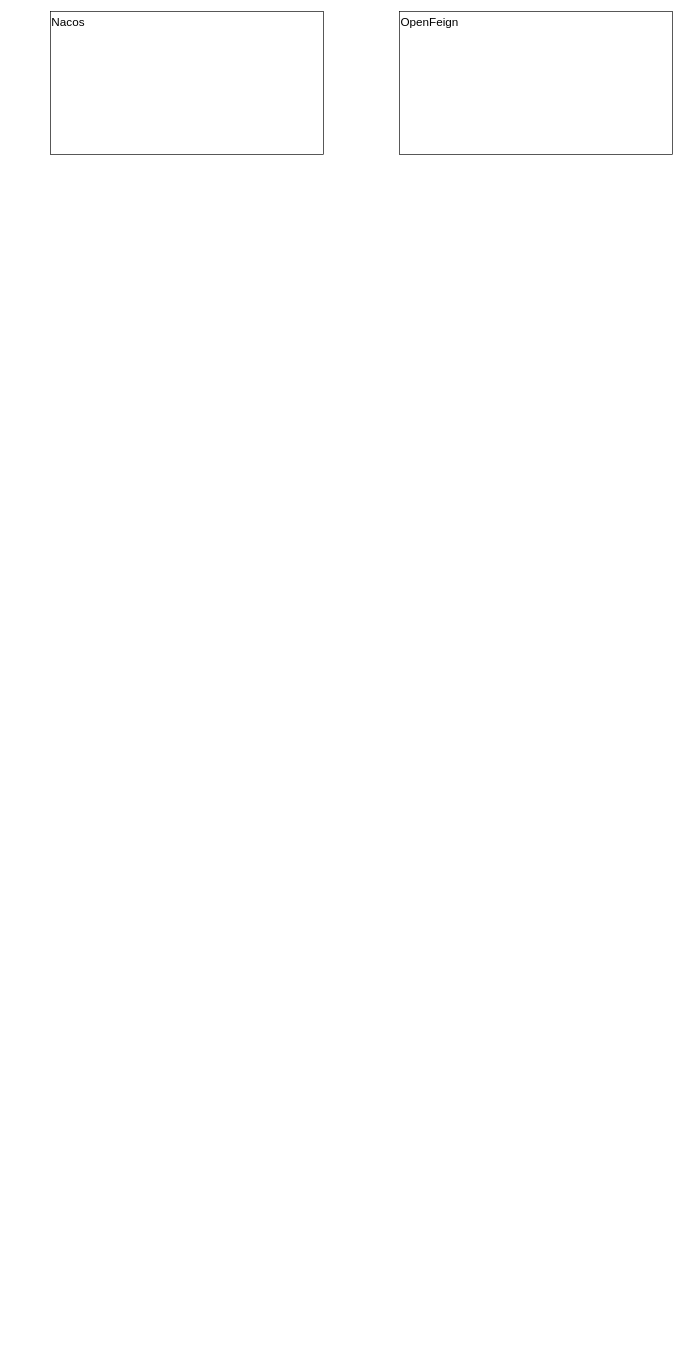
This is JAVA/微服务.drawio from KGwolf/MyDraw, a draw.io file, before an edit. Source tidied: cells renumbered, new cells numbered last; positions are measured from the earlier drawing's top-left corner, leaving out a move shared by most shapes. Both pictures are drawn from the tidied source at 65%, with x=0, y=0 at pixel (50, 11).
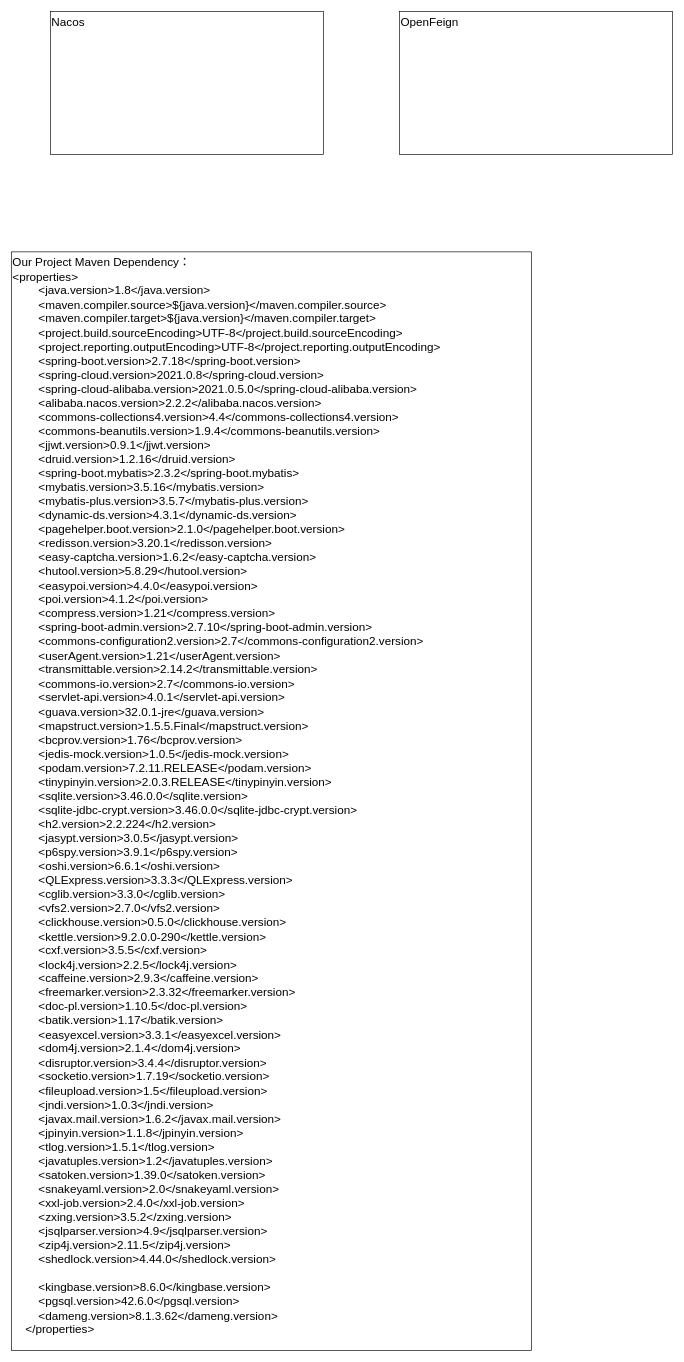
After the change.

Commit message (it also covers changes not shown here):
更新微服务.drawio

Change to the diagram source:
```diff
@@
 <mxGraphModel>
   <root>
     <mxCell id="0" />
     <mxCell id="1" parent="0" />
     <mxCell id="2" value="Nacos&lt;div&gt;&lt;br&gt;&lt;/div&gt;" style="rounded=0;whiteSpace=wrap;html=1;fontSize=18;verticalAlign=top;align=left;" parent="1" vertex="1">
       <mxGeometry width="420" height="220" as="geometry" />
     </mxCell>
     <mxCell id="3" value="&lt;div&gt;OpenFeign&lt;/div&gt;" style="rounded=0;whiteSpace=wrap;html=1;fontSize=18;verticalAlign=top;align=left;" parent="1" vertex="1">
       <mxGeometry x="537" width="420" height="220" as="geometry" />
     </mxCell>
+    <mxCell id="4" value="Our Project Maven Dependency：&lt;div&gt;&lt;div&gt;&amp;lt;properties&amp;gt;&lt;/div&gt;&lt;div&gt;&amp;nbsp; &amp;nbsp; &amp;nbsp; &amp;nbsp; &amp;lt;java.version&amp;gt;1.8&amp;lt;/java.version&amp;gt;&lt;/div&gt;&lt;div&gt;&amp;nbsp; &amp;nbsp; &amp;nbsp; &amp;nbsp; &amp;lt;maven.compiler.source&amp;gt;${java.version}&amp;lt;/maven.compiler.source&amp;gt;&lt;/div&gt;&lt;div&gt;&amp;nbsp; &amp;nbsp; &amp;nbsp; &amp;nbsp; &amp;lt;maven.compiler.target&amp;gt;${java.version}&amp;lt;/maven.compiler.target&amp;gt;&lt;/div&gt;&lt;div&gt;&amp;nbsp; &amp;nbsp; &amp;nbsp; &amp;nbsp; &amp;lt;project.build.sourceEncoding&amp;gt;UTF-8&amp;lt;/project.build.sourceEncoding&amp;gt;&lt;/div&gt;&lt;div&gt;&amp;nbsp; &amp;nbsp; &amp;nbsp; &amp;nbsp; &amp;lt;project.reporting.outputEncoding&amp;gt;UTF-8&amp;lt;/project.reporting.outputEncoding&amp;gt;&lt;/div&gt;&lt;div&gt;&amp;nbsp; &amp;nbsp; &amp;nbsp; &amp;nbsp; &amp;lt;spring-boot.version&amp;gt;2.7.18&amp;lt;/spring-boot.version&amp;gt;&lt;/div&gt;&lt;div&gt;&amp;nbsp; &amp;nbsp; &amp;nbsp; &amp;nbsp; &amp;lt;spring-cloud.version&amp;gt;2021.0.8&amp;lt;/spring-cloud.version&amp;gt;&lt;/div&gt;&lt;div&gt;&amp;nbsp; &amp;nbsp; &amp;nbsp; &amp;nbsp; &amp;lt;spring-cloud-alibaba.version&amp;gt;2021.0.5.0&amp;lt;/spring-cloud-alibaba.version&amp;gt;&lt;/div&gt;&lt;div&gt;&amp;nbsp; &amp;nbsp; &amp;nbsp; &amp;nbsp; &amp;lt;alibaba.nacos.version&amp;gt;2.2.2&amp;lt;/alibaba.nacos.version&amp;gt;&lt;/div&gt;&lt;div&gt;&amp;nbsp; &amp;nbsp; &amp;nbsp; &amp;nbsp; &amp;lt;commons-collections4.version&amp;gt;4.4&amp;lt;/commons-collections4.version&amp;gt;&lt;/div&gt;&lt;div&gt;&amp;nbsp; &amp;nbsp; &amp;nbsp; &amp;nbsp; &amp;lt;commons-beanutils.version&amp;gt;1.9.4&amp;lt;/commons-beanutils.version&amp;gt;&lt;/div&gt;&lt;div&gt;&amp;nbsp; &amp;nbsp; &amp;nbsp; &amp;nbsp; &amp;lt;jjwt.version&amp;gt;0.9.1&amp;lt;/jjwt.version&amp;gt;&lt;/div&gt;&lt;div&gt;&amp;nbsp; &amp;nbsp; &amp;nbsp; &amp;nbsp; &amp;lt;druid.version&amp;gt;1.2.16&amp;lt;/druid.version&amp;gt;&lt;/div&gt;&lt;div&gt;&amp;nbsp; &amp;nbsp; &amp;nbsp; &amp;nbsp; &amp;lt;spring-boot.mybatis&amp;gt;2.3.2&amp;lt;/spring-boot.mybatis&amp;gt;&lt;/div&gt;&lt;div&gt;&amp;nbsp; &amp;nbsp; &amp;nbsp; &amp;nbsp; &amp;lt;mybatis.version&amp;gt;3.5.16&amp;lt;/mybatis.version&amp;gt;&lt;/div&gt;&lt;div&gt;&amp;nbsp; &amp;nbsp; &amp;nbsp; &amp;nbsp; &amp;lt;mybatis-plus.version&amp;gt;3.5.7&amp;lt;/mybatis-plus.version&amp;gt;&lt;/div&gt;&lt;div&gt;&amp;nbsp; &amp;nbsp; &amp;nbsp; &amp;nbsp; &amp;lt;dynamic-ds.version&amp;gt;4.3.1&amp;lt;/dynamic-ds.version&amp;gt;&lt;/div&gt;&lt;div&gt;&amp;nbsp; &amp;nbsp; &amp;nbsp; &amp;nbsp; &amp;lt;pagehelper.boot.version&amp;gt;2.1.0&amp;lt;/pagehelper.boot.version&amp;gt;&lt;/div&gt;&lt;div&gt;&amp;nbsp; &amp;nbsp; &amp;nbsp; &amp;nbsp; &amp;lt;redisson.version&amp;gt;3.20.1&amp;lt;/redisson.version&amp;gt;&lt;/div&gt;&lt;div&gt;&amp;nbsp; &amp;nbsp; &amp;nbsp; &amp;nbsp; &amp;lt;easy-captcha.version&amp;gt;1.6.2&amp;lt;/easy-captcha.version&amp;gt;&lt;/div&gt;&lt;div&gt;&amp;nbsp; &amp;nbsp; &amp;nbsp; &amp;nbsp; &amp;lt;hutool.version&amp;gt;5.8.29&amp;lt;/hutool.version&amp;gt;&lt;/div&gt;&lt;div&gt;&amp;nbsp; &amp;nbsp; &amp;nbsp; &amp;nbsp; &amp;lt;easypoi.version&amp;gt;4.4.0&amp;lt;/easypoi.version&amp;gt;&lt;/div&gt;&lt;div&gt;&amp;nbsp; &amp;nbsp; &amp;nbsp; &amp;nbsp; &amp;lt;poi.version&amp;gt;4.1.2&amp;lt;/poi.version&amp;gt;&lt;/div&gt;&lt;div&gt;&amp;nbsp; &amp;nbsp; &amp;nbsp; &amp;nbsp; &amp;lt;compress.version&amp;gt;1.21&amp;lt;/compress.version&amp;gt;&lt;/div&gt;&lt;div&gt;&amp;nbsp; &amp;nbsp; &amp;nbsp; &amp;nbsp; &amp;lt;spring-boot-admin.version&amp;gt;2.7.10&amp;lt;/spring-boot-admin.version&amp;gt;&lt;/div&gt;&lt;div&gt;&amp;nbsp; &amp;nbsp; &amp;nbsp; &amp;nbsp; &amp;lt;commons-configuration2.version&amp;gt;2.7&amp;lt;/commons-configuration2.version&amp;gt;&lt;/div&gt;&lt;div&gt;&amp;nbsp; &amp;nbsp; &amp;nbsp; &amp;nbsp; &amp;lt;userAgent.version&amp;gt;1.21&amp;lt;/userAgent.version&amp;gt;&lt;/div&gt;&lt;div&gt;&amp;nbsp; &amp;nbsp; &amp;nbsp; &amp;nbsp; &amp;lt;transmittable.version&amp;gt;2.14.2&amp;lt;/transmittable.version&amp;gt;&lt;/div&gt;&lt;div&gt;&amp;nbsp; &amp;nbsp; &amp;nbsp; &amp;nbsp; &amp;lt;commons-io.version&amp;gt;2.7&amp;lt;/commons-io.version&amp;gt;&lt;/div&gt;&lt;div&gt;&amp;nbsp; &amp;nbsp; &amp;nbsp; &amp;nbsp; &amp;lt;servlet-api.version&amp;gt;4.0.1&amp;lt;/servlet-api.version&amp;gt;&lt;/div&gt;&lt;div&gt;&amp;nbsp; &amp;nbsp; &amp;nbsp; &amp;nbsp; &amp;lt;guava.version&amp;gt;32.0.1-jre&amp;lt;/guava.version&amp;gt;&lt;/div&gt;&lt;div&gt;&amp;nbsp; &amp;nbsp; &amp;nbsp; &amp;nbsp; &amp;lt;mapstruct.version&amp;gt;1.5.5.Final&amp;lt;/mapstruct.version&amp;gt;&lt;/div&gt;&lt;div&gt;&amp;nbsp; &amp;nbsp; &amp;nbsp; &amp;nbsp; &amp;lt;bcprov.version&amp;gt;1.76&amp;lt;/bcprov.version&amp;gt;&lt;/div&gt;&lt;div&gt;&amp;nbsp; &amp;nbsp; &amp;nbsp; &amp;nbsp; &amp;lt;jedis-mock.version&amp;gt;1.0.5&amp;lt;/jedis-mock.version&amp;gt;&lt;/div&gt;&lt;div&gt;&amp;nbsp; &amp;nbsp; &amp;nbsp; &amp;nbsp; &amp;lt;podam.version&amp;gt;7.2.11.RELEASE&amp;lt;/podam.version&amp;gt;&lt;/div&gt;&lt;div&gt;&amp;nbsp; &amp;nbsp; &amp;nbsp; &amp;nbsp; &amp;lt;tinypinyin.version&amp;gt;2.0.3.RELEASE&amp;lt;/tinypinyin.version&amp;gt;&lt;/div&gt;&lt;div&gt;&amp;nbsp; &amp;nbsp; &amp;nbsp; &amp;nbsp; &amp;lt;sqlite.version&amp;gt;3.46.0.0&amp;lt;/sqlite.version&amp;gt;&lt;/div&gt;&lt;div&gt;&amp;nbsp; &amp;nbsp; &amp;nbsp; &amp;nbsp; &amp;lt;sqlite-jdbc-crypt.version&amp;gt;3.46.0.0&amp;lt;/sqlite-jdbc-crypt.version&amp;gt;&lt;/div&gt;&lt;div&gt;&amp;nbsp; &amp;nbsp; &amp;nbsp; &amp;nbsp; &amp;lt;h2.version&amp;gt;2.2.224&amp;lt;/h2.version&amp;gt;&lt;/div&gt;&lt;div&gt;&amp;nbsp; &amp;nbsp; &amp;nbsp; &amp;nbsp; &amp;lt;jasypt.version&amp;gt;3.0.5&amp;lt;/jasypt.version&amp;gt;&lt;/div&gt;&lt;div&gt;&amp;nbsp; &amp;nbsp; &amp;nbsp; &amp;nbsp; &amp;lt;p6spy.version&amp;gt;3.9.1&amp;lt;/p6spy.version&amp;gt;&lt;/div&gt;&lt;div&gt;&amp;nbsp; &amp;nbsp; &amp;nbsp; &amp;nbsp; &amp;lt;oshi.version&amp;gt;6.6.1&amp;lt;/oshi.version&amp;gt;&lt;/div&gt;&lt;div&gt;&amp;nbsp; &amp;nbsp; &amp;nbsp; &amp;nbsp; &amp;lt;QLExpress.version&amp;gt;3.3.3&amp;lt;/QLExpress.version&amp;gt;&lt;/div&gt;&lt;div&gt;&amp;nbsp; &amp;nbsp; &amp;nbsp; &amp;nbsp; &amp;lt;cglib.version&amp;gt;3.3.0&amp;lt;/cglib.version&amp;gt;&lt;/div&gt;&lt;div&gt;&amp;nbsp; &amp;nbsp; &amp;nbsp; &amp;nbsp; &amp;lt;vfs2.version&amp;gt;2.7.0&amp;lt;/vfs2.version&amp;gt;&lt;/div&gt;&lt;div&gt;&amp;nbsp; &amp;nbsp; &amp;nbsp; &amp;nbsp; &amp;lt;clickhouse.version&amp;gt;0.5.0&amp;lt;/clickhouse.version&amp;gt;&lt;/div&gt;&lt;div&gt;&amp;nbsp; &amp;nbsp; &amp;nbsp; &amp;nbsp; &amp;lt;kettle.version&amp;gt;9.2.0.0-290&amp;lt;/kettle.version&amp;gt;&lt;/div&gt;&lt;div&gt;&amp;nbsp; &amp;nbsp; &amp;nbsp; &amp;nbsp; &amp;lt;cxf.version&amp;gt;3.5.5&amp;lt;/cxf.version&amp;gt;&lt;/div&gt;&lt;div&gt;&amp;nbsp; &amp;nbsp; &amp;nbsp; &amp;nbsp; &amp;lt;lock4j.version&amp;gt;2.2.5&amp;lt;/lock4j.version&amp;gt;&lt;/div&gt;&lt;div&gt;&amp;nbsp; &amp;nbsp; &amp;nbsp; &amp;nbsp; &amp;lt;caffeine.version&amp;gt;2.9.3&amp;lt;/caffeine.version&amp;gt;&lt;/div&gt;&lt;div&gt;&amp;nbsp; &amp;nbsp; &amp;nbsp; &amp;nbsp; &amp;lt;freemarker.version&amp;gt;2.3.32&amp;lt;/freemarker.version&amp;gt;&lt;/div&gt;&lt;div&gt;&amp;nbsp; &amp;nbsp; &amp;nbsp; &amp;nbsp; &amp;lt;doc-pl.version&amp;gt;1.10.5&amp;lt;/doc-pl.version&amp;gt;&lt;/div&gt;&lt;div&gt;&amp;nbsp; &amp;nbsp; &amp;nbsp; &amp;nbsp; &amp;lt;batik.version&amp;gt;1.17&amp;lt;/batik.version&amp;gt;&lt;/div&gt;&lt;div&gt;&amp;nbsp; &amp;nbsp; &amp;nbsp; &amp;nbsp; &amp;lt;easyexcel.version&amp;gt;3.3.1&amp;lt;/easyexcel.version&amp;gt;&lt;/div&gt;&lt;div&gt;&amp;nbsp; &amp;nbsp; &amp;nbsp; &amp;nbsp; &amp;lt;dom4j.version&amp;gt;2.1.4&amp;lt;/dom4j.version&amp;gt;&lt;/div&gt;&lt;div&gt;&amp;nbsp; &amp;nbsp; &amp;nbsp; &amp;nbsp; &amp;lt;disruptor.version&amp;gt;3.4.4&amp;lt;/disruptor.version&amp;gt;&lt;/div&gt;&lt;div&gt;&amp;nbsp; &amp;nbsp; &amp;nbsp; &amp;nbsp; &amp;lt;socketio.version&amp;gt;1.7.19&amp;lt;/socketio.version&amp;gt;&lt;/div&gt;&lt;div&gt;&amp;nbsp; &amp;nbsp; &amp;nbsp; &amp;nbsp; &amp;lt;fileupload.version&amp;gt;1.5&amp;lt;/fileupload.version&amp;gt;&lt;/div&gt;&lt;div&gt;&amp;nbsp; &amp;nbsp; &amp;nbsp; &amp;nbsp; &amp;lt;jndi.version&amp;gt;1.0.3&amp;lt;/jndi.version&amp;gt;&lt;/div&gt;&lt;div&gt;&amp;nbsp; &amp;nbsp; &amp;nbsp; &amp;nbsp; &amp;lt;javax.mail.version&amp;gt;1.6.2&amp;lt;/javax.mail.version&amp;gt;&lt;/div&gt;&lt;div&gt;&amp;nbsp; &amp;nbsp; &amp;nbsp; &amp;nbsp; &amp;lt;jpinyin.version&amp;gt;1.1.8&amp;lt;/jpinyin.version&amp;gt;&lt;/div&gt;&lt;div&gt;&amp;nbsp; &amp;nbsp; &amp;nbsp; &amp;nbsp; &amp;lt;tlog.version&amp;gt;1.5.1&amp;lt;/tlog.version&amp;gt;&lt;/div&gt;&lt;div&gt;&amp;nbsp; &amp;nbsp; &amp;nbsp; &amp;nbsp; &amp;lt;javatuples.version&amp;gt;1.2&amp;lt;/javatuples.version&amp;gt;&lt;/div&gt;&lt;div&gt;&amp;nbsp; &amp;nbsp; &amp;nbsp; &amp;nbsp; &amp;lt;satoken.version&amp;gt;1.39.0&amp;lt;/satoken.version&amp;gt;&lt;/div&gt;&lt;div&gt;&amp;nbsp; &amp;nbsp; &amp;nbsp; &amp;nbsp; &amp;lt;snakeyaml.version&amp;gt;2.0&amp;lt;/snakeyaml.version&amp;gt;&lt;/div&gt;&lt;div&gt;&amp;nbsp; &amp;nbsp; &amp;nbsp; &amp;nbsp; &amp;lt;xxl-job.version&amp;gt;2.4.0&amp;lt;/xxl-job.version&amp;gt;&lt;/div&gt;&lt;div&gt;&amp;nbsp; &amp;nbsp; &amp;nbsp; &amp;nbsp; &amp;lt;zxing.version&amp;gt;3.5.2&amp;lt;/zxing.version&amp;gt;&lt;/div&gt;&lt;div&gt;&amp;nbsp; &amp;nbsp; &amp;nbsp; &amp;nbsp; &amp;lt;jsqlparser.version&amp;gt;4.9&amp;lt;/jsqlparser.version&amp;gt;&lt;/div&gt;&lt;div&gt;&amp;nbsp; &amp;nbsp; &amp;nbsp; &amp;nbsp; &amp;lt;zip4j.version&amp;gt;2.11.5&amp;lt;/zip4j.version&amp;gt;&lt;/div&gt;&lt;div&gt;&amp;nbsp; &amp;nbsp; &amp;nbsp; &amp;nbsp; &amp;lt;shedlock.version&amp;gt;4.44.0&amp;lt;/shedlock.version&amp;gt;&lt;/div&gt;&lt;div&gt;&lt;br&gt;&lt;/div&gt;&lt;div&gt;&amp;nbsp; &amp;nbsp; &amp;nbsp; &amp;nbsp; &amp;lt;kingbase.version&amp;gt;8.6.0&amp;lt;/kingbase.version&amp;gt;&lt;/div&gt;&lt;div&gt;&amp;nbsp; &amp;nbsp; &amp;nbsp; &amp;nbsp; &amp;lt;pgsql.version&amp;gt;42.6.0&amp;lt;/pgsql.version&amp;gt;&lt;/div&gt;&lt;div&gt;&amp;nbsp; &amp;nbsp; &amp;nbsp; &amp;nbsp; &amp;lt;dameng.version&amp;gt;8.1.3.62&amp;lt;/dameng.version&amp;gt;&lt;/div&gt;&lt;div&gt;&amp;nbsp; &amp;nbsp; &amp;lt;/properties&amp;gt;&lt;/div&gt;&lt;div&gt;&lt;br&gt;&lt;/div&gt;&lt;/div&gt;" style="rounded=0;whiteSpace=wrap;html=1;fontSize=18;verticalAlign=top;align=left;" parent="1" vertex="1">
+      <mxGeometry x="-60" y="370" width="800" height="1690" as="geometry" />
+    </mxCell>
   </root>
 </mxGraphModel>
```
